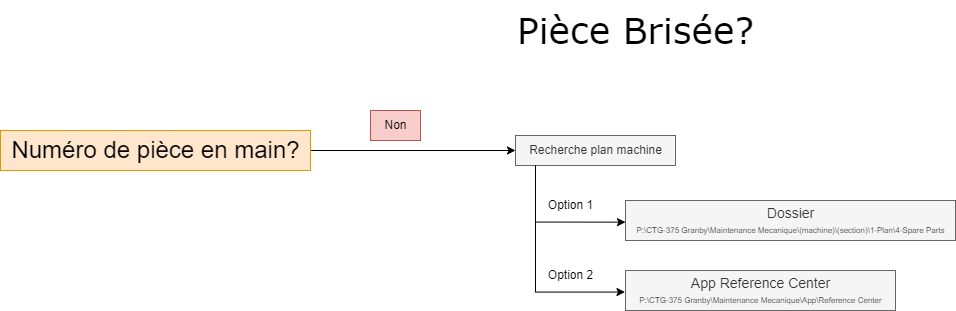
Earlier version of the draw.io export PieceBrisé.drawio.png (FredGadou/DrawIO). Source tidied: cells renumbered, new cells last; positions are measured from the earlier drawing's top-left corner, leaving out a move shared by most shapes.
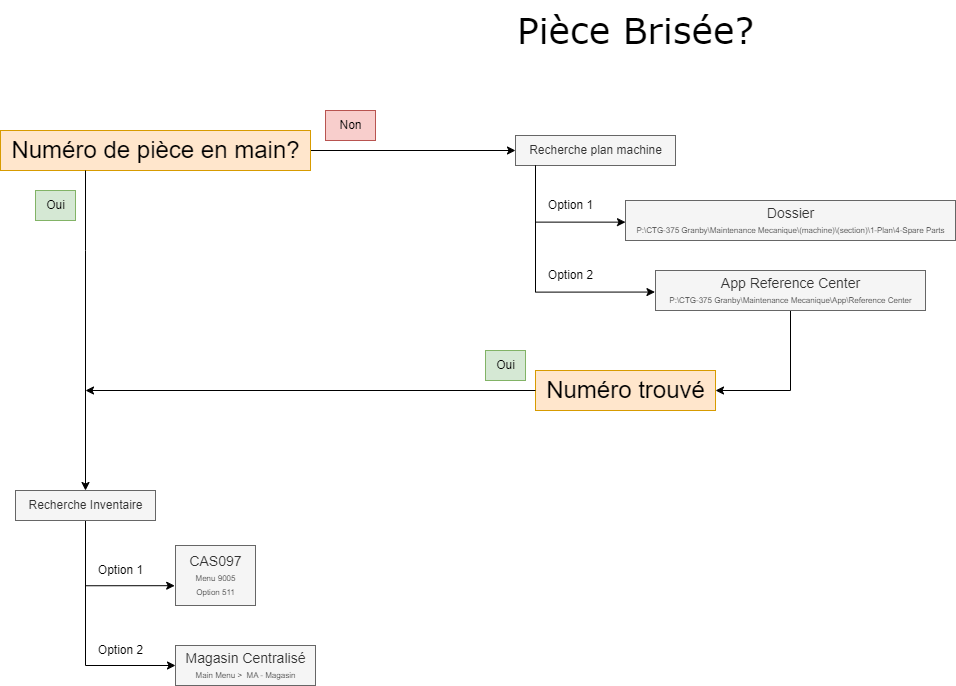
Later version of the same file.

Diff of the diagram source:
```diff
@@ -15,7 +15,7 @@
       <mxGeometry x="515" y="135" width="160" height="30" as="geometry" />
     </mxCell>
     <mxCell id="6" value="Non" style="text;html=1;align=center;verticalAlign=middle;strokeColor=#b85450;fillColor=#f8cecc;" parent="1" vertex="1">
-      <mxGeometry x="370" y="110" width="50" height="30" as="geometry" />
+      <mxGeometry x="325" y="110" width="50" height="30" as="geometry" />
     </mxCell>
     <mxCell id="7" value="&lt;font style=&quot;font-size: 14px;&quot;&gt;Dossier&lt;/font&gt;&lt;div&gt;&lt;font style=&quot;font-size: 8px;&quot;&gt;P:\CTG-375 Granby\Maintenance Mecanique\(machine)\(section)\1-Plan\4-Spare Parts&lt;/font&gt;&lt;/div&gt;" style="text;html=1;align=center;verticalAlign=middle;points=[];fillColor=#f5f5f5;fontColor=#333333;strokeColor=#666666;" parent="1" vertex="1">
       <mxGeometry x="625" y="200" width="330" height="40" as="geometry" />
@@ -27,8 +27,15 @@
         </Array>
       </mxGeometry>
     </mxCell>
+    <mxCell id="13" style="edgeStyle=orthogonalEdgeStyle;rounded=0;jettySize=auto;html=1;" parent="1" edge="1" source="9" target="23">
+      <mxGeometry relative="1" as="geometry">
+        <Array as="points">
+          <mxPoint x="790" y="390" />
+        </Array>
+      </mxGeometry>
+    </mxCell>
     <mxCell id="9" value="&lt;span style=&quot;font-size: 14px;&quot;&gt;App Reference Center&lt;/span&gt;&lt;br&gt;&lt;div&gt;&lt;font style=&quot;font-size: 8px;&quot;&gt;P:\CTG-375 Granby\Maintenance Mecanique\App\Reference Center&lt;/font&gt;&lt;/div&gt;" style="text;html=1;align=center;verticalAlign=middle;points=[];fillColor=#f5f5f5;fontColor=#333333;strokeColor=#666666;" parent="1" vertex="1">
-      <mxGeometry x="625" y="270" width="270" height="40" as="geometry" />
+      <mxGeometry x="655" y="270" width="270" height="40" as="geometry" />
     </mxCell>
     <mxCell id="10" style="edgeStyle=orthogonalEdgeStyle;rounded=0;jettySize=auto;html=1;entryX=-0.002;entryY=0.539;entryDx=0;entryDy=0;entryPerimeter=0;" parent="1" edge="1" source="5" target="9">
       <mxGeometry relative="1" as="geometry">
@@ -43,5 +50,56 @@
     <mxCell id="12" value="Option 2" style="text;html=1;align=center;verticalAlign=middle;strokeColor=none;fillColor=none;" parent="1" vertex="1">
       <mxGeometry x="535" y="260" width="70" height="30" as="geometry" />
     </mxCell>
+    <mxCell id="14" style="edgeStyle=orthogonalEdgeStyle;rounded=0;jettySize=auto;html=1;entryX=-0.01;entryY=0.67;entryDx=0;entryDy=0;entryPerimeter=0;" parent="1" edge="1" source="16" target="19">
+      <mxGeometry relative="1" as="geometry">
+        <Array as="points">
+          <mxPoint x="85" y="585" />
+        </Array>
+      </mxGeometry>
+    </mxCell>
+    <mxCell id="15" style="edgeStyle=orthogonalEdgeStyle;rounded=0;jettySize=auto;html=1;" parent="1" edge="1" source="16" target="20">
+      <mxGeometry relative="1" as="geometry">
+        <Array as="points">
+          <mxPoint x="85" y="665" />
+        </Array>
+      </mxGeometry>
+    </mxCell>
+    <mxCell id="16" value="Recherche Inventaire" style="text;html=1;align=center;verticalAlign=middle;points=[];strokeColor=#666666;fillColor=#f5f5f5;fontColor=#333333;" parent="1" vertex="1">
+      <mxGeometry x="15" y="490" width="140" height="30" as="geometry" />
+    </mxCell>
+    <mxCell id="17" style="edgeStyle=orthogonalEdgeStyle;rounded=0;jettySize=auto;html=1;" parent="1" edge="1" source="4" target="16">
+      <mxGeometry relative="1" as="geometry">
+        <Array as="points">
+          <mxPoint x="85" y="250" />
+          <mxPoint x="85" y="250" />
+        </Array>
+      </mxGeometry>
+    </mxCell>
+    <mxCell id="18" value="Oui" style="text;html=1;align=center;verticalAlign=middle;strokeColor=#82b366;fillColor=#d5e8d4;" parent="1" vertex="1">
+      <mxGeometry x="35" y="190" width="40" height="30" as="geometry" />
+    </mxCell>
+    <mxCell id="19" value="&lt;span style=&quot;font-size: 14px;&quot;&gt;CAS097&lt;/span&gt;&lt;div style=&quot;&quot;&gt;&lt;font style=&quot;font-size: 8px;&quot;&gt;Menu 9005&lt;/font&gt;&lt;/div&gt;&lt;div style=&quot;&quot;&gt;&lt;font style=&quot;font-size: 8px;&quot;&gt;Option 511&lt;/font&gt;&lt;/div&gt;" style="text;html=1;align=center;verticalAlign=middle;points=[];fillColor=#f5f5f5;fontColor=#333333;strokeColor=#666666;" parent="1" vertex="1">
+      <mxGeometry x="175" y="545" width="80" height="60" as="geometry" />
+    </mxCell>
+    <mxCell id="20" value="&lt;span style=&quot;font-size: 14px;&quot;&gt;Magasin Centralisé&lt;/span&gt;&lt;br&gt;&lt;div style=&quot;&quot;&gt;&lt;span style=&quot;font-size: 8px;&quot;&gt;Main Menu &amp;gt;&amp;nbsp; MA - Magasin&lt;/span&gt;&lt;/div&gt;" style="text;html=1;align=center;verticalAlign=middle;points=[];fillColor=#f5f5f5;fontColor=#333333;strokeColor=#666666;" parent="1" vertex="1">
+      <mxGeometry x="175" y="645" width="140" height="40" as="geometry" />
+    </mxCell>
+    <mxCell id="21" value="Option 1" style="text;html=1;align=center;verticalAlign=middle;strokeColor=none;fillColor=none;" parent="1" vertex="1">
+      <mxGeometry x="85" y="555" width="70" height="30" as="geometry" />
+    </mxCell>
+    <mxCell id="22" value="Option 2" style="text;html=1;align=center;verticalAlign=middle;strokeColor=none;fillColor=none;" parent="1" vertex="1">
+      <mxGeometry x="85" y="635" width="70" height="30" as="geometry" />
+    </mxCell>
+    <mxCell id="23" value="&lt;font style=&quot;font-size: 24px;&quot;&gt;Numéro trouvé&lt;/font&gt;" style="text;html=1;align=center;verticalAlign=middle;points=[];strokeColor=#d79b00;fillColor=#ffe6cc;" parent="1" vertex="1">
+      <mxGeometry x="535" y="370" width="180" height="40" as="geometry" />
+    </mxCell>
+    <mxCell id="24" style="edgeStyle=orthogonalEdgeStyle;rounded=0;jettySize=auto;html=1;" parent="1" edge="1" source="23">
+      <mxGeometry relative="1" as="geometry">
+        <mxPoint x="85" y="390" as="targetPoint" />
+      </mxGeometry>
+    </mxCell>
+    <mxCell id="25" value="Oui" style="text;html=1;align=center;verticalAlign=middle;strokeColor=#82b366;fillColor=#d5e8d4;" parent="1" vertex="1">
+      <mxGeometry x="485" y="350" width="40" height="30" as="geometry" />
+    </mxCell>
   </root>
 </mxGraphModel>
```
